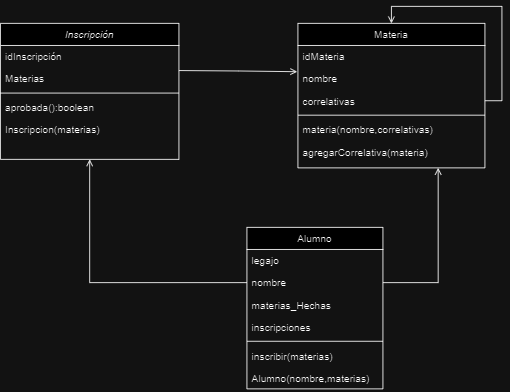
Before: correlativas.png, a diagram exported from draw.io (EliasPuddini1/correlativas). Source tidied: cells renumbered, new cells last; positions are measured from the earlier drawing's top-left corner, leaving out a move shared by most shapes. The source it was exported from:
```xml
<mxGraphModel>
  <root>
    <mxCell id="0" />
    <mxCell id="1" parent="0" />
    <mxCell id="2" style="edgeStyle=orthogonalEdgeStyle;rounded=0;jettySize=auto;html=1;exitX=0.5;exitY=1;exitDx=0;exitDy=0;entryX=0;entryY=0.5;entryDx=0;entryDy=0;startArrow=open;startFill=0;endArrow=none;endFill=0;" parent="1" edge="1" source="3" target="20">
      <mxGeometry relative="1" as="geometry" />
    </mxCell>
    <mxCell id="3" value="Inscripción" style="swimlane;fontStyle=2;align=center;verticalAlign=top;horizontal=1;startSize=26;rounded=0;shadow=0;strokeWidth=1;" parent="1" vertex="1">
      <mxGeometry width="210" height="160" as="geometry" />
    </mxCell>
    <mxCell id="4" value="idInscripción" style="text;align=left;verticalAlign=top;spacingLeft=4;spacingRight=4;overflow=hidden;" parent="3" vertex="1">
      <mxGeometry y="26" width="210" height="26" as="geometry" />
    </mxCell>
    <mxCell id="5" value="Materias" style="text;align=left;verticalAlign=top;spacingLeft=4;spacingRight=4;overflow=hidden;" parent="3" vertex="1">
      <mxGeometry y="52" width="210" height="26" as="geometry" />
    </mxCell>
    <mxCell id="6" style="line;html=1;strokeWidth=1;align=left;verticalAlign=middle;spacingTop=-1;spacingLeft=3;spacingRight=3;labelPosition=right;" parent="3" vertex="1">
      <mxGeometry y="78" width="210" height="8" as="geometry" />
    </mxCell>
    <mxCell id="7" value="aprobada():boolean" style="text;align=left;verticalAlign=top;spacingLeft=4;spacingRight=4;overflow=hidden;" parent="3" vertex="1">
      <mxGeometry y="86" width="210" height="26" as="geometry" />
    </mxCell>
    <mxCell id="8" value="Inscripcion(materias)" style="text;align=left;verticalAlign=top;spacingLeft=4;spacingRight=4;overflow=hidden;" parent="3" vertex="1">
      <mxGeometry y="112" width="210" height="44" as="geometry" />
    </mxCell>
    <mxCell id="9" value="Materia" style="swimlane;fontStyle=0;align=center;verticalAlign=top;horizontal=1;startSize=26;rounded=0;shadow=0;strokeWidth=1;" parent="1" vertex="1">
      <mxGeometry x="350" width="220" height="170" as="geometry" />
    </mxCell>
    <mxCell id="10" value="idMateria" style="text;align=left;verticalAlign=top;spacingLeft=4;spacingRight=4;overflow=hidden;rounded=0;shadow=0;html=0;" parent="9" vertex="1">
      <mxGeometry y="26" width="220" height="26" as="geometry" />
    </mxCell>
    <mxCell id="11" value="nombre" style="text;align=left;verticalAlign=top;spacingLeft=4;spacingRight=4;overflow=hidden;points=[[0,0.5],[1,0.5]];portConstraint=eastwest;rounded=0;shadow=0;html=0;" parent="9" vertex="1">
      <mxGeometry y="52" width="220" height="26" as="geometry" />
    </mxCell>
    <mxCell id="12" style="edgeStyle=orthogonalEdgeStyle;rounded=0;jettySize=auto;html=1;exitX=1;exitY=0.5;exitDx=0;exitDy=0;entryX=0.5;entryY=0;entryDx=0;entryDy=0;endArrow=open;endFill=0;" parent="9" edge="1" source="13" target="9">
      <mxGeometry relative="1" as="geometry" />
    </mxCell>
    <mxCell id="13" value="correlativas" style="text;align=left;verticalAlign=top;spacingLeft=4;spacingRight=4;overflow=hidden;points=[[0,0.5],[1,0.5]];portConstraint=eastwest;rounded=0;shadow=0;html=0;" parent="9" vertex="1">
      <mxGeometry y="78" width="220" height="26" as="geometry" />
    </mxCell>
    <mxCell id="14" style="line;html=1;strokeWidth=1;align=left;verticalAlign=middle;spacingTop=-1;spacingLeft=3;spacingRight=3;labelPosition=right;" parent="9" vertex="1">
      <mxGeometry y="104" width="220" height="8" as="geometry" />
    </mxCell>
    <mxCell id="15" value="materia(nombre,correlativas)" style="text;align=left;verticalAlign=top;spacingLeft=4;spacingRight=4;overflow=hidden;rounded=0;shadow=0;html=0;" parent="9" vertex="1">
      <mxGeometry y="112" width="220" height="26" as="geometry" />
    </mxCell>
    <mxCell id="16" value="agregarCorrelativa(materia)" style="text;align=left;verticalAlign=top;spacingLeft=4;spacingRight=4;overflow=hidden;rounded=0;shadow=0;html=0;" parent="9" vertex="1">
      <mxGeometry y="138" width="220" height="26" as="geometry" />
    </mxCell>
    <mxCell id="17" style="edgeStyle=orthogonalEdgeStyle;rounded=0;jettySize=auto;html=1;exitX=1;exitY=0.5;exitDx=0;exitDy=0;endArrow=open;endFill=0;startArrow=none;startFill=0;entryX=-0.004;entryY=0.187;entryDx=0;entryDy=0;entryPerimeter=0;" parent="1" edge="1" target="11">
      <mxGeometry relative="1" as="geometry">
        <mxPoint x="210" y="55.5" as="sourcePoint" />
      </mxGeometry>
    </mxCell>
    <mxCell id="18" value="Alumno" style="swimlane;fontStyle=0;align=center;verticalAlign=top;horizontal=1;startSize=26;rounded=0;shadow=0;strokeWidth=1;" parent="1" vertex="1">
      <mxGeometry x="290" y="240" width="160" height="190" as="geometry" />
    </mxCell>
    <mxCell id="19" value="legajo" style="text;align=left;verticalAlign=top;spacingLeft=4;spacingRight=4;overflow=hidden;rounded=0;shadow=0;html=0;" parent="18" vertex="1">
      <mxGeometry y="26" width="160" height="26" as="geometry" />
    </mxCell>
    <mxCell id="20" value="nombre" style="text;align=left;verticalAlign=top;spacingLeft=4;spacingRight=4;overflow=hidden;points=[[0,0.5],[1,0.5]];portConstraint=eastwest;rounded=0;shadow=0;html=0;" parent="18" vertex="1">
      <mxGeometry y="52" width="160" height="26" as="geometry" />
    </mxCell>
    <mxCell id="21" value="materias_Hechas" style="text;align=left;verticalAlign=top;spacingLeft=4;spacingRight=4;overflow=hidden;rounded=0;shadow=0;html=0;" parent="18" vertex="1">
      <mxGeometry y="78" width="160" height="26" as="geometry" />
    </mxCell>
    <mxCell id="22" value="inscripciones" style="text;align=left;verticalAlign=top;spacingLeft=4;spacingRight=4;overflow=hidden;rounded=0;shadow=0;html=0;" parent="18" vertex="1">
      <mxGeometry y="104" width="160" height="26" as="geometry" />
    </mxCell>
    <mxCell id="23" style="line;html=1;strokeWidth=1;align=left;verticalAlign=middle;spacingTop=-1;spacingLeft=3;spacingRight=3;labelPosition=right;" parent="18" vertex="1">
      <mxGeometry y="130" width="160" height="8" as="geometry" />
    </mxCell>
    <mxCell id="24" value="inscribir(materias)" style="text;align=left;verticalAlign=top;spacingLeft=4;spacingRight=4;overflow=hidden;rounded=0;shadow=0;html=0;" parent="18" vertex="1">
      <mxGeometry y="138" width="160" height="26" as="geometry" />
    </mxCell>
    <mxCell id="25" value="Alumno(nombre,materias)" style="text;align=left;verticalAlign=top;spacingLeft=4;spacingRight=4;overflow=hidden;rounded=0;shadow=0;html=0;" parent="18" vertex="1">
      <mxGeometry y="164" width="160" height="26" as="geometry" />
    </mxCell>
    <mxCell id="26" style="edgeStyle=orthogonalEdgeStyle;rounded=0;jettySize=auto;html=1;exitX=1;exitY=0.5;exitDx=0;exitDy=0;entryX=0.75;entryY=1;entryDx=0;entryDy=0;endArrow=open;endFill=0;" parent="1" edge="1" source="20" target="9">
      <mxGeometry relative="1" as="geometry" />
    </mxCell>
  </root>
</mxGraphModel>
```
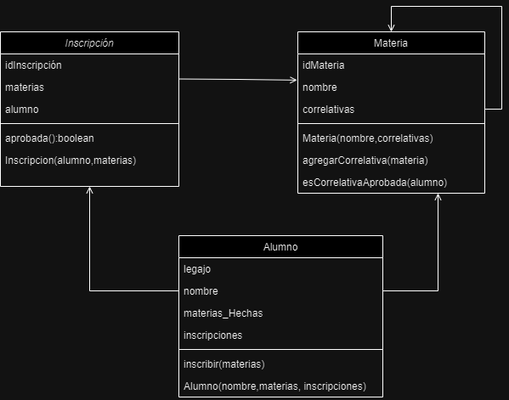
The same diagram one commit later.

Commit message:
Cambio en el diagrama.

Diff of the diagram source:
```diff
@@ -6,25 +6,28 @@
       <mxGeometry relative="1" as="geometry" />
     </mxCell>
     <mxCell id="3" value="Inscripción" style="swimlane;fontStyle=2;align=center;verticalAlign=top;horizontal=1;startSize=26;rounded=0;shadow=0;strokeWidth=1;" parent="1" vertex="1">
-      <mxGeometry width="210" height="160" as="geometry" />
+      <mxGeometry width="210" height="182" as="geometry" />
     </mxCell>
     <mxCell id="4" value="idInscripción" style="text;align=left;verticalAlign=top;spacingLeft=4;spacingRight=4;overflow=hidden;" parent="3" vertex="1">
       <mxGeometry y="26" width="210" height="26" as="geometry" />
     </mxCell>
-    <mxCell id="5" value="Materias" style="text;align=left;verticalAlign=top;spacingLeft=4;spacingRight=4;overflow=hidden;" parent="3" vertex="1">
+    <mxCell id="5" value="materias" style="text;align=left;verticalAlign=top;spacingLeft=4;spacingRight=4;overflow=hidden;" parent="3" vertex="1">
       <mxGeometry y="52" width="210" height="26" as="geometry" />
     </mxCell>
+    <mxCell id="27" value="alumno" style="text;align=left;verticalAlign=top;spacingLeft=4;spacingRight=4;overflow=hidden;" parent="3" vertex="1">
+      <mxGeometry y="78" width="210" height="26" as="geometry" />
+    </mxCell>
     <mxCell id="6" style="line;html=1;strokeWidth=1;align=left;verticalAlign=middle;spacingTop=-1;spacingLeft=3;spacingRight=3;labelPosition=right;" parent="3" vertex="1">
-      <mxGeometry y="78" width="210" height="8" as="geometry" />
+      <mxGeometry y="104" width="210" height="8" as="geometry" />
     </mxCell>
     <mxCell id="7" value="aprobada():boolean" style="text;align=left;verticalAlign=top;spacingLeft=4;spacingRight=4;overflow=hidden;" parent="3" vertex="1">
-      <mxGeometry y="86" width="210" height="26" as="geometry" />
+      <mxGeometry y="112" width="210" height="26" as="geometry" />
     </mxCell>
-    <mxCell id="8" value="Inscripcion(materias)" style="text;align=left;verticalAlign=top;spacingLeft=4;spacingRight=4;overflow=hidden;" parent="3" vertex="1">
-      <mxGeometry y="112" width="210" height="44" as="geometry" />
+    <mxCell id="8" value="Inscripcion(alumno,materias)" style="text;align=left;verticalAlign=top;spacingLeft=4;spacingRight=4;overflow=hidden;" parent="3" vertex="1">
+      <mxGeometry y="138" width="210" height="44" as="geometry" />
     </mxCell>
     <mxCell id="9" value="Materia" style="swimlane;fontStyle=0;align=center;verticalAlign=top;horizontal=1;startSize=26;rounded=0;shadow=0;strokeWidth=1;" parent="1" vertex="1">
-      <mxGeometry x="350" width="220" height="170" as="geometry" />
+      <mxGeometry x="350" width="220" height="190" as="geometry" />
     </mxCell>
     <mxCell id="10" value="idMateria" style="text;align=left;verticalAlign=top;spacingLeft=4;spacingRight=4;overflow=hidden;rounded=0;shadow=0;html=0;" parent="9" vertex="1">
       <mxGeometry y="26" width="220" height="26" as="geometry" />
@@ -33,7 +36,13 @@
       <mxGeometry y="52" width="220" height="26" as="geometry" />
     </mxCell>
     <mxCell id="12" style="edgeStyle=orthogonalEdgeStyle;rounded=0;jettySize=auto;html=1;exitX=1;exitY=0.5;exitDx=0;exitDy=0;entryX=0.5;entryY=0;entryDx=0;entryDy=0;endArrow=open;endFill=0;" parent="9" edge="1" source="13" target="9">
-      <mxGeometry relative="1" as="geometry" />
+      <mxGeometry relative="1" as="geometry">
+        <Array as="points">
+          <mxPoint x="240" y="91" />
+          <mxPoint x="240" y="-30" />
+          <mxPoint x="110" y="-30" />
+        </Array>
+      </mxGeometry>
     </mxCell>
     <mxCell id="13" value="correlativas" style="text;align=left;verticalAlign=top;spacingLeft=4;spacingRight=4;overflow=hidden;points=[[0,0.5],[1,0.5]];portConstraint=eastwest;rounded=0;shadow=0;html=0;" parent="9" vertex="1">
       <mxGeometry y="78" width="220" height="26" as="geometry" />
@@ -41,40 +50,43 @@
     <mxCell id="14" style="line;html=1;strokeWidth=1;align=left;verticalAlign=middle;spacingTop=-1;spacingLeft=3;spacingRight=3;labelPosition=right;" parent="9" vertex="1">
       <mxGeometry y="104" width="220" height="8" as="geometry" />
     </mxCell>
-    <mxCell id="15" value="materia(nombre,correlativas)" style="text;align=left;verticalAlign=top;spacingLeft=4;spacingRight=4;overflow=hidden;rounded=0;shadow=0;html=0;" parent="9" vertex="1">
+    <mxCell id="15" value="Materia(nombre,correlativas)" style="text;align=left;verticalAlign=top;spacingLeft=4;spacingRight=4;overflow=hidden;rounded=0;shadow=0;html=0;" parent="9" vertex="1">
       <mxGeometry y="112" width="220" height="26" as="geometry" />
     </mxCell>
     <mxCell id="16" value="agregarCorrelativa(materia)" style="text;align=left;verticalAlign=top;spacingLeft=4;spacingRight=4;overflow=hidden;rounded=0;shadow=0;html=0;" parent="9" vertex="1">
       <mxGeometry y="138" width="220" height="26" as="geometry" />
     </mxCell>
+    <mxCell id="28" value="esCorrelativaAprobada(alumno)" style="text;align=left;verticalAlign=top;spacingLeft=4;spacingRight=4;overflow=hidden;rounded=0;shadow=0;html=0;" parent="9" vertex="1">
+      <mxGeometry y="164" width="220" height="26" as="geometry" />
+    </mxCell>
     <mxCell id="17" style="edgeStyle=orthogonalEdgeStyle;rounded=0;jettySize=auto;html=1;exitX=1;exitY=0.5;exitDx=0;exitDy=0;endArrow=open;endFill=0;startArrow=none;startFill=0;entryX=-0.004;entryY=0.187;entryDx=0;entryDy=0;entryPerimeter=0;" parent="1" edge="1" target="11">
       <mxGeometry relative="1" as="geometry">
         <mxPoint x="210" y="55.5" as="sourcePoint" />
       </mxGeometry>
     </mxCell>
     <mxCell id="18" value="Alumno" style="swimlane;fontStyle=0;align=center;verticalAlign=top;horizontal=1;startSize=26;rounded=0;shadow=0;strokeWidth=1;" parent="1" vertex="1">
-      <mxGeometry x="290" y="240" width="160" height="190" as="geometry" />
+      <mxGeometry x="210" y="240" width="240" height="190" as="geometry" />
     </mxCell>
     <mxCell id="19" value="legajo" style="text;align=left;verticalAlign=top;spacingLeft=4;spacingRight=4;overflow=hidden;rounded=0;shadow=0;html=0;" parent="18" vertex="1">
-      <mxGeometry y="26" width="160" height="26" as="geometry" />
+      <mxGeometry y="26" width="240" height="26" as="geometry" />
     </mxCell>
     <mxCell id="20" value="nombre" style="text;align=left;verticalAlign=top;spacingLeft=4;spacingRight=4;overflow=hidden;points=[[0,0.5],[1,0.5]];portConstraint=eastwest;rounded=0;shadow=0;html=0;" parent="18" vertex="1">
-      <mxGeometry y="52" width="160" height="26" as="geometry" />
+      <mxGeometry y="52" width="240" height="26" as="geometry" />
     </mxCell>
     <mxCell id="21" value="materias_Hechas" style="text;align=left;verticalAlign=top;spacingLeft=4;spacingRight=4;overflow=hidden;rounded=0;shadow=0;html=0;" parent="18" vertex="1">
-      <mxGeometry y="78" width="160" height="26" as="geometry" />
+      <mxGeometry y="78" width="240" height="26" as="geometry" />
     </mxCell>
     <mxCell id="22" value="inscripciones" style="text;align=left;verticalAlign=top;spacingLeft=4;spacingRight=4;overflow=hidden;rounded=0;shadow=0;html=0;" parent="18" vertex="1">
-      <mxGeometry y="104" width="160" height="26" as="geometry" />
+      <mxGeometry y="104" width="240" height="26" as="geometry" />
     </mxCell>
     <mxCell id="23" style="line;html=1;strokeWidth=1;align=left;verticalAlign=middle;spacingTop=-1;spacingLeft=3;spacingRight=3;labelPosition=right;" parent="18" vertex="1">
-      <mxGeometry y="130" width="160" height="8" as="geometry" />
+      <mxGeometry y="130" width="240" height="8" as="geometry" />
     </mxCell>
     <mxCell id="24" value="inscribir(materias)" style="text;align=left;verticalAlign=top;spacingLeft=4;spacingRight=4;overflow=hidden;rounded=0;shadow=0;html=0;" parent="18" vertex="1">
-      <mxGeometry y="138" width="160" height="26" as="geometry" />
+      <mxGeometry y="138" width="240" height="26" as="geometry" />
     </mxCell>
-    <mxCell id="25" value="Alumno(nombre,materias)" style="text;align=left;verticalAlign=top;spacingLeft=4;spacingRight=4;overflow=hidden;rounded=0;shadow=0;html=0;" parent="18" vertex="1">
-      <mxGeometry y="164" width="160" height="26" as="geometry" />
+    <mxCell id="25" value="Alumno(nombre,materias, inscripciones)" style="text;align=left;verticalAlign=top;spacingLeft=4;spacingRight=4;overflow=hidden;rounded=0;shadow=0;html=0;" parent="18" vertex="1">
+      <mxGeometry y="164" width="240" height="26" as="geometry" />
     </mxCell>
     <mxCell id="26" style="edgeStyle=orthogonalEdgeStyle;rounded=0;jettySize=auto;html=1;exitX=1;exitY=0.5;exitDx=0;exitDy=0;entryX=0.75;entryY=1;entryDx=0;entryDy=0;endArrow=open;endFill=0;" parent="1" edge="1" source="20" target="9">
       <mxGeometry relative="1" as="geometry" />
```
